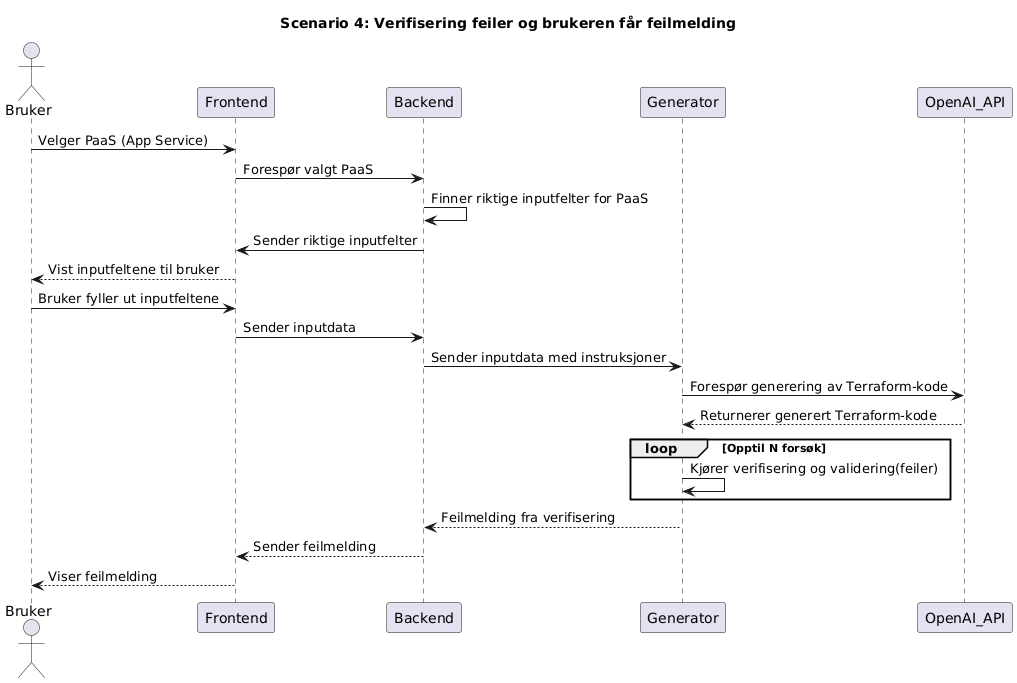
The PlantUML diagram UML_Diagrammer/Applikasjonsflyt-LLM-v3/validering_feiler.png in Bachelor-B25ITK12/Diagrammer, before a commit. Its source is kept beside it as UML_Diagrammer/Applikasjonsflyt-LLM-v3/validering_feiler.puml.
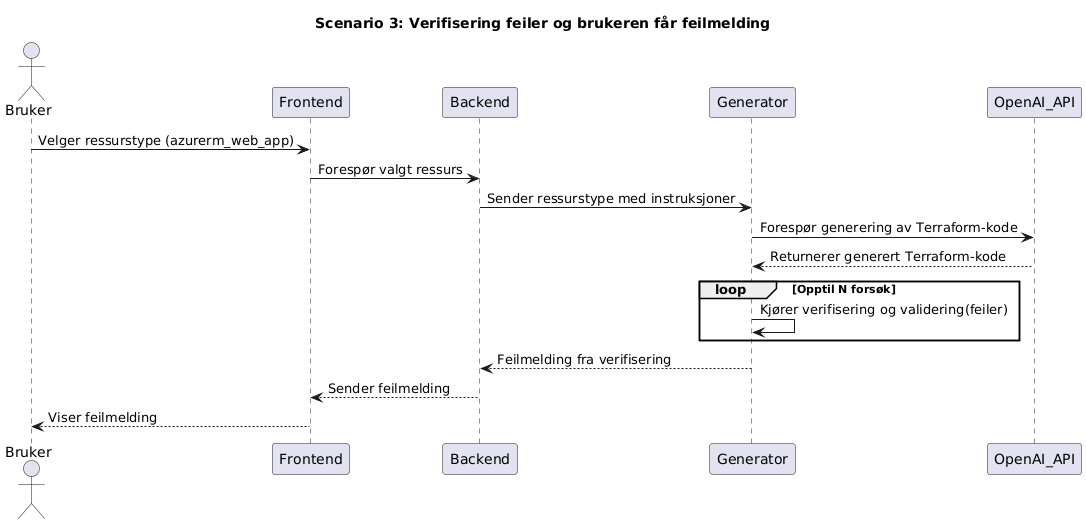
The same diagram one commit later.

What changed in the source:
```diff
@@ -5,16 +5,11 @@
 participant Generator as Generator
 participant OpenAI_API as OpenAI_API
 
-title Scenario 4: Verifisering feiler og brukeren får feilmelding
+title Scenario 3: Verifisering feiler og brukeren får feilmelding
 
-Bruker -> Frontend : Velger PaaS (App Service)
-Frontend -> Backend : Forespør valgt PaaS
-Backend -> Backend : Finner riktige inputfelter for PaaS
-Backend -> Frontend : Sender riktige inputfelter
-Frontend --> Bruker : Vist inputfeltene til bruker
-Bruker -> Frontend : Bruker fyller ut inputfeltene
-Frontend -> Backend : Sender inputdata
-Backend -> Generator : Sender inputdata med instruksjoner
+Bruker -> Frontend : Velger ressurstype (azurerm_web_app)
+Frontend -> Backend : Forespør valgt ressurs
+Backend -> Generator : Sender ressurstype med instruksjoner
 
 Generator -> OpenAI_API : Forespør generering av Terraform-kode
 OpenAI_API --> Generator : Returnerer generert Terraform-kode
```
